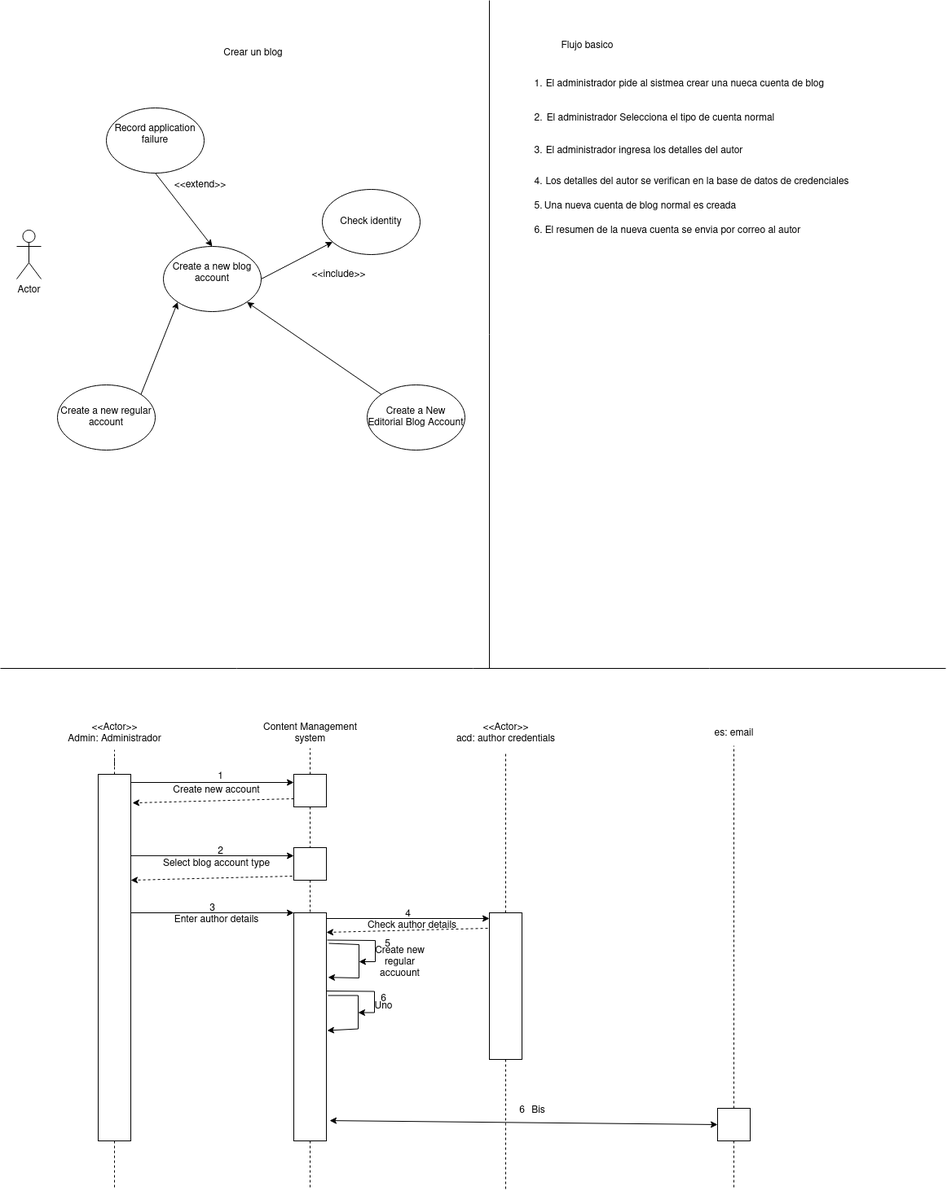
The draw.io diagram DSejemplo.drawio.png in GermanOjeda/Tarea-ETS, before a commit. Source tidied: cells renumbered, new cells last; positions are measured from the earlier drawing's top-left corner, leaving out a move shared by most shapes.
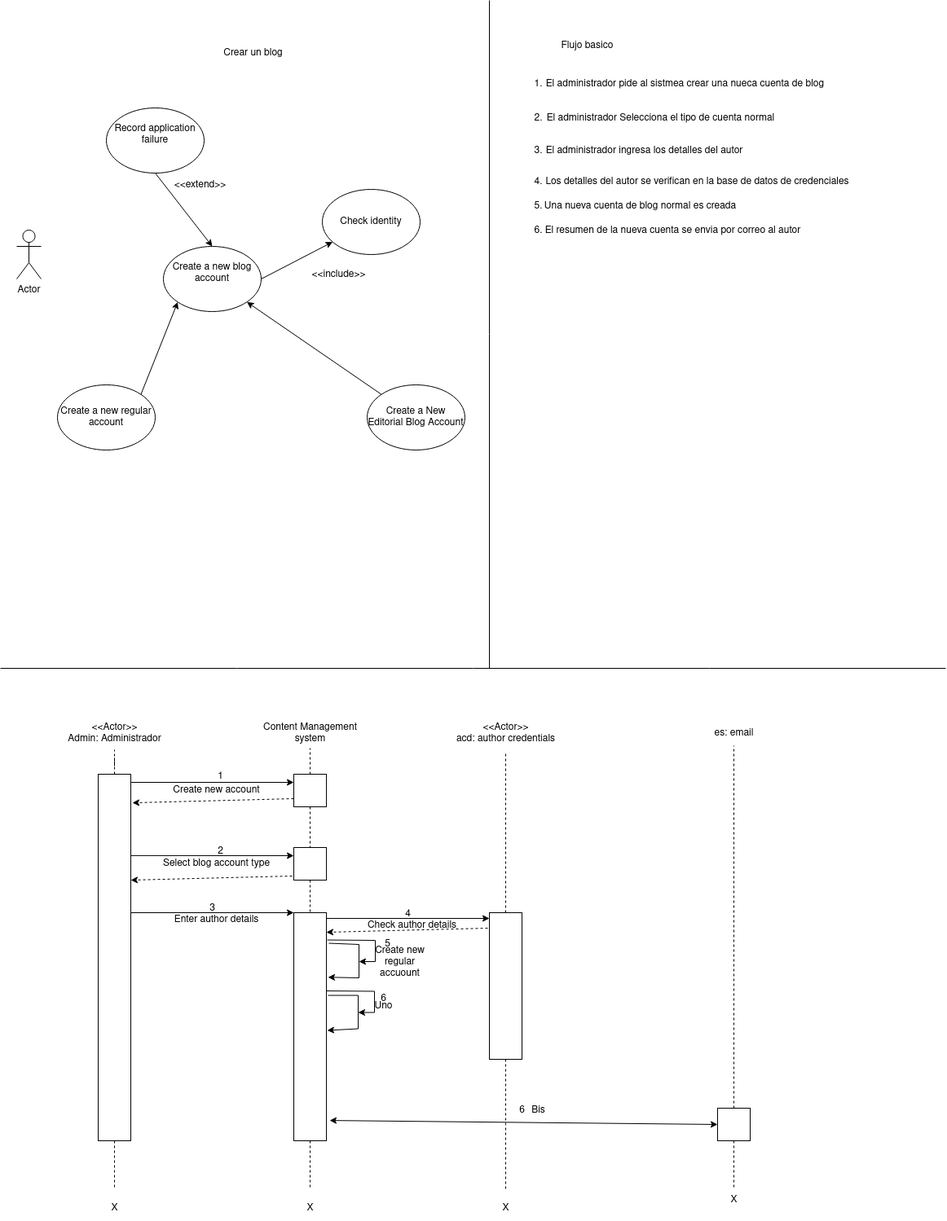
Above is the later version.

The edit, as a diff of the source:
```diff
@@ -278,5 +278,17 @@
     <mxCell id="75" style="edgeStyle=orthogonalEdgeStyle;rounded=0;jettySize=auto;html=1;exitX=0.5;exitY=0;exitDx=0;exitDy=0;entryX=0.5;entryY=0.95;entryDx=0;entryDy=0;entryPerimeter=0;endArrow=none;endFill=0;dashed=1;" parent="1" edge="1" source="36" target="34">
       <mxGeometry relative="1" as="geometry" />
     </mxCell>
+    <mxCell id="76" value="X" style="text;html=1;align=center;verticalAlign=middle;strokeColor=none;fillColor=none;" parent="1" vertex="1">
+      <mxGeometry x="125" y="1468" width="30" height="30" as="geometry" />
+    </mxCell>
+    <mxCell id="77" value="X" style="text;html=1;align=center;verticalAlign=middle;strokeColor=none;fillColor=none;" parent="1" vertex="1">
+      <mxGeometry x="365" y="1468" width="30" height="30" as="geometry" />
+    </mxCell>
+    <mxCell id="78" value="X" style="text;html=1;align=center;verticalAlign=middle;strokeColor=none;fillColor=none;" parent="1" vertex="1">
+      <mxGeometry x="605" y="1468" width="30" height="30" as="geometry" />
+    </mxCell>
+    <mxCell id="79" value="X" style="text;html=1;align=center;verticalAlign=middle;strokeColor=none;fillColor=none;" parent="1" vertex="1">
+      <mxGeometry x="885" y="1458" width="30" height="30" as="geometry" />
+    </mxCell>
   </root>
 </mxGraphModel>
```
